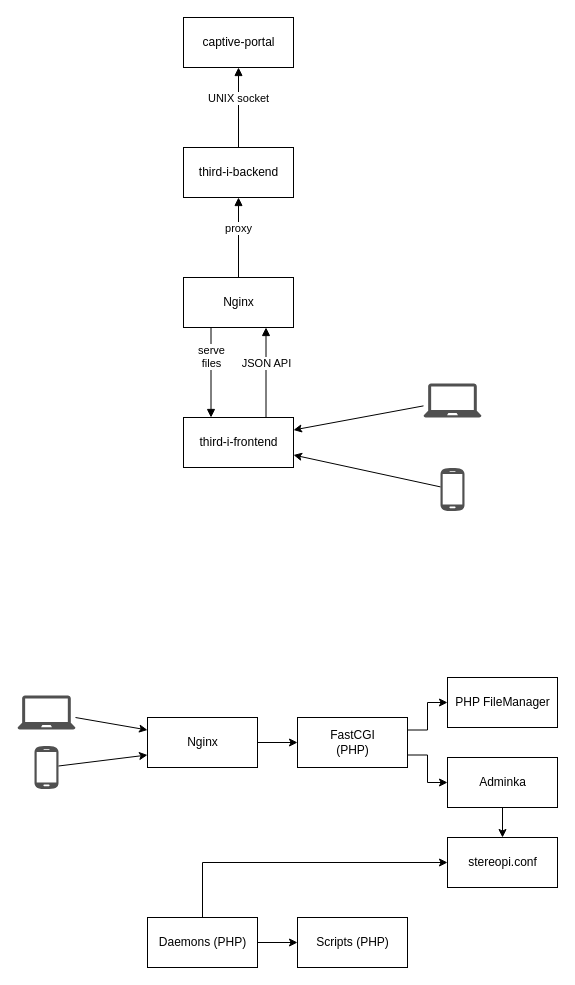
Before: BigBoySystem-Third-I.drawio in BigBoySystems/third-i-install, a draw.io diagram. Source tidied: cells renumbered, new cells numbered last; positions are measured from the earlier drawing's top-left corner, leaving out a move shared by most shapes. Both pictures are drawn from the tidied source at 100%, with x=0, y=0 at pixel (17, 17).
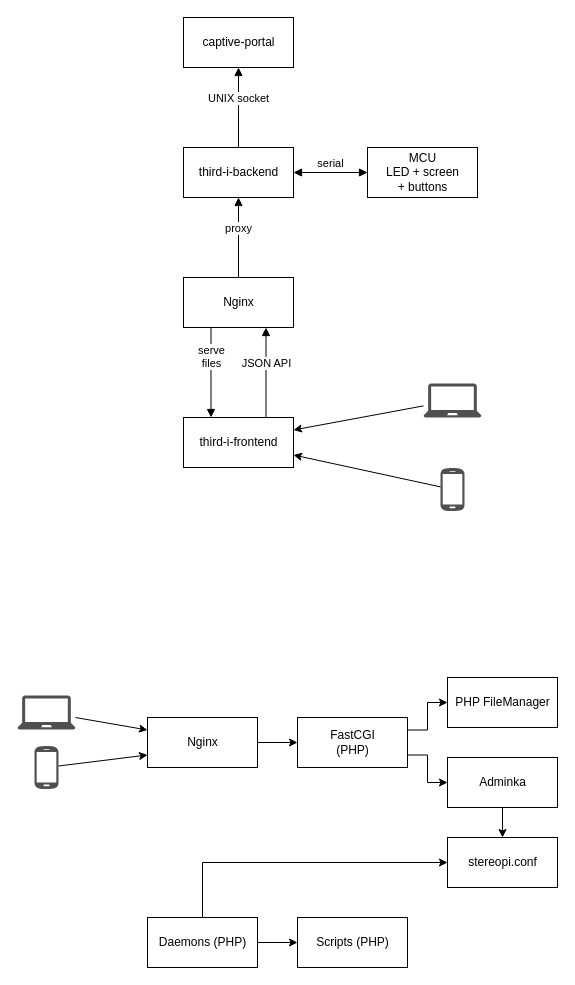
After the change.

Unchanged cells that the change refers to:
```xml
<mxCell id="4" value="&lt;div&gt;third-i-backend&lt;/div&gt;" style="html=1;" parent="1" vertex="1">
  <mxGeometry x="166" y="130" width="110" height="50" as="geometry" />
</mxCell>
```

Diff of the diagram source:
```diff
@@
+    <mxCell id="31" value="&lt;div&gt;MCU&lt;/div&gt;&lt;div&gt;LED + screen&lt;/div&gt;&lt;div&gt;+ buttons&lt;br&gt;&lt;/div&gt;" style="html=1;" parent="1" vertex="1">
+      <mxGeometry x="350" y="130" width="110" height="50" as="geometry" />
+    </mxCell>
+    <mxCell id="32" value="serial" style="html=1;verticalAlign=bottom;endArrow=block;exitX=1;exitY=0.5;exitDx=0;exitDy=0;entryX=0;entryY=0.5;entryDx=0;entryDy=0;startArrow=block;startFill=1;" parent="1" edge="1" source="4" target="31">
+      <mxGeometry relative="1" as="geometry" />
+    </mxCell>
```
